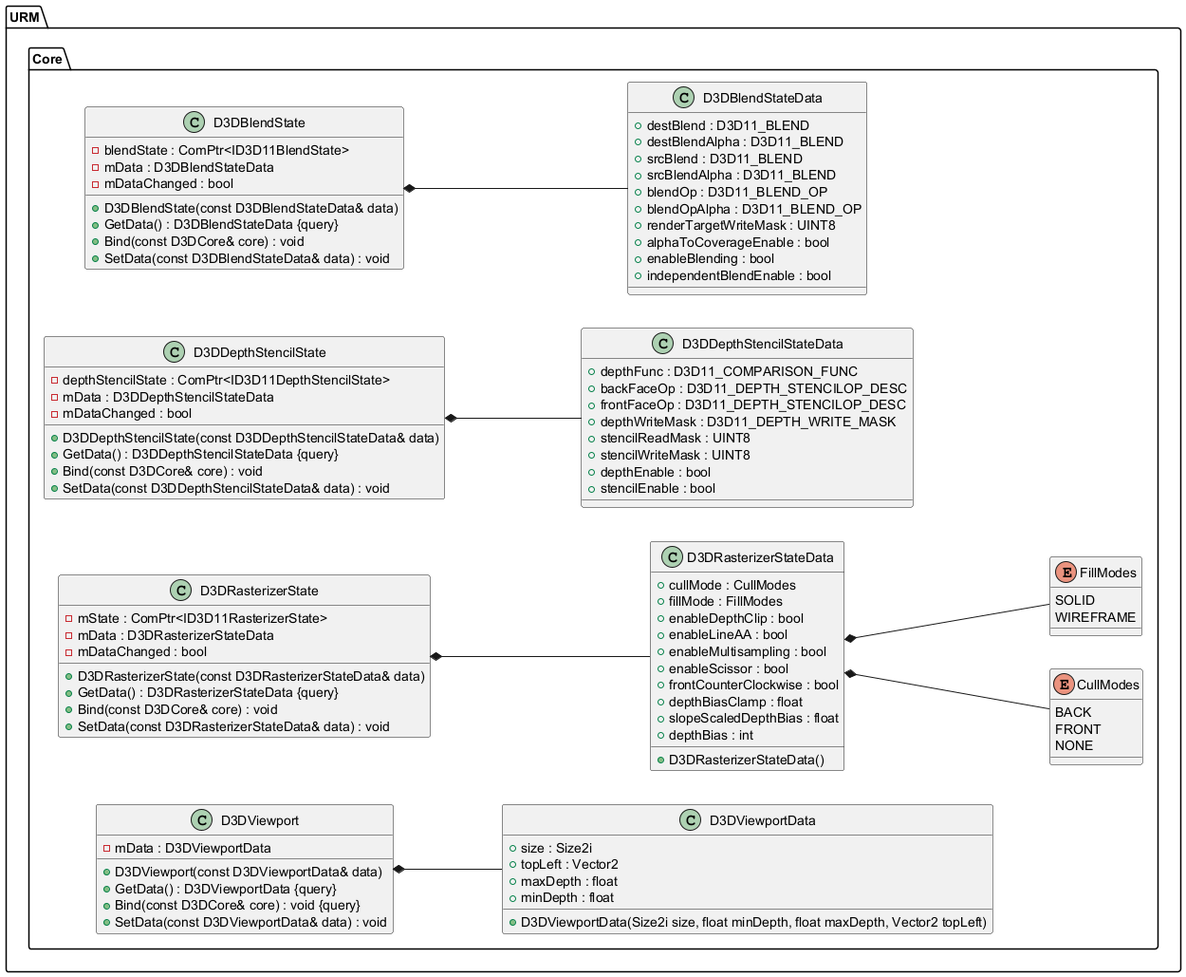
The PlantUML diagram Latex/images/UML/d3dutils.png in MinikPLayer/MasterThesis_UniversalRenderingModule_D3D11, before a commit.
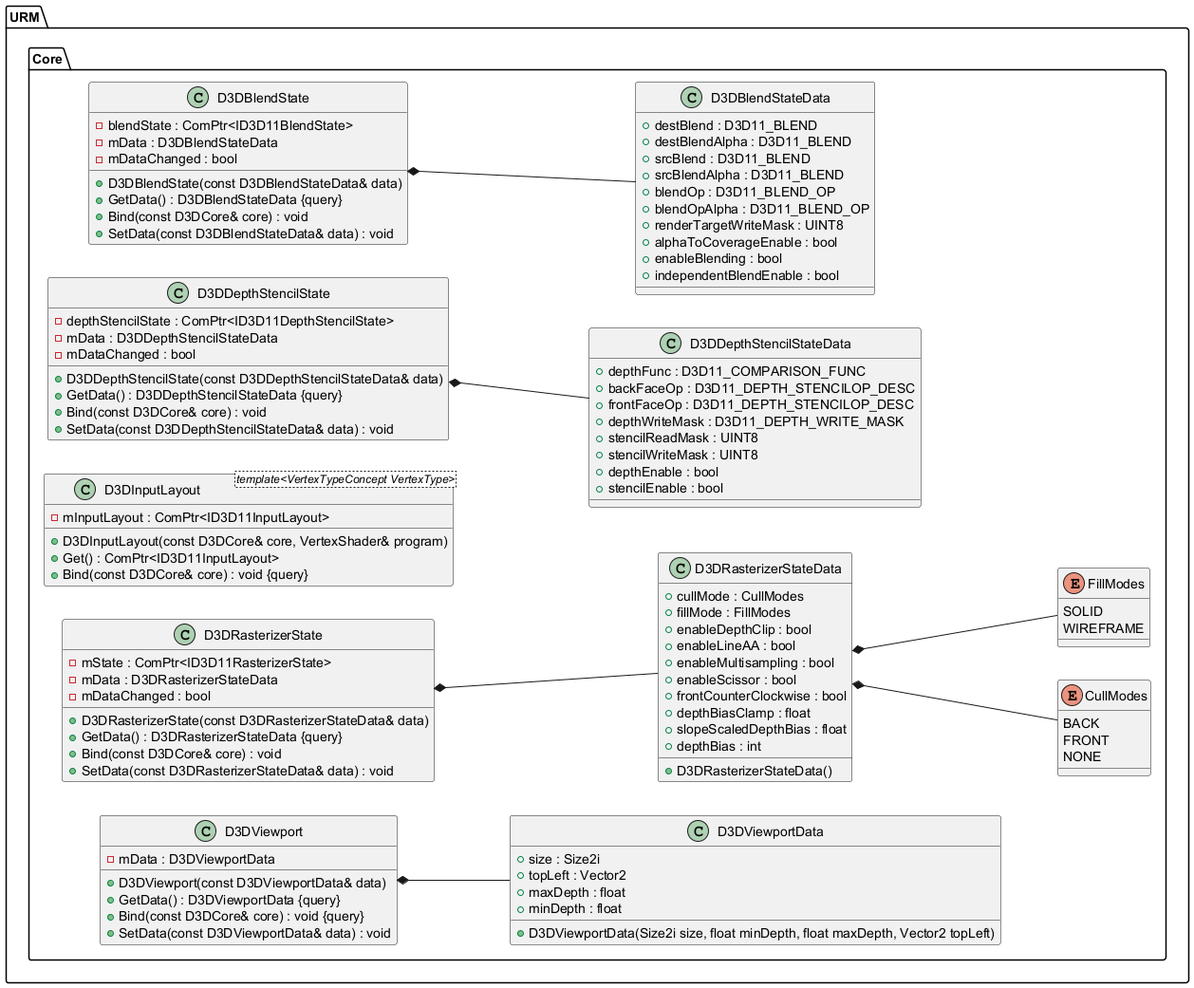
The same file after the commit.

What changed in the source:
```diff
@@ -26,6 +26,13 @@
 			-mDataChanged : bool
 			+Bind(const D3DCore& core) : void
 			+SetData(const D3DDepthStencilStateData& data) : void
+		}
+
+		class D3DInputLayout <template<VertexTypeConcept VertexType>> {
+			+D3DInputLayout(const D3DCore& core, VertexShader& program)
+			+Get() : ComPtr<ID3D11InputLayout>
+			-mInputLayout : ComPtr<ID3D11InputLayout>
+			+Bind(const D3DCore& core) : void {query}
 		}
 
 		class D3DRasterizerState {
```
